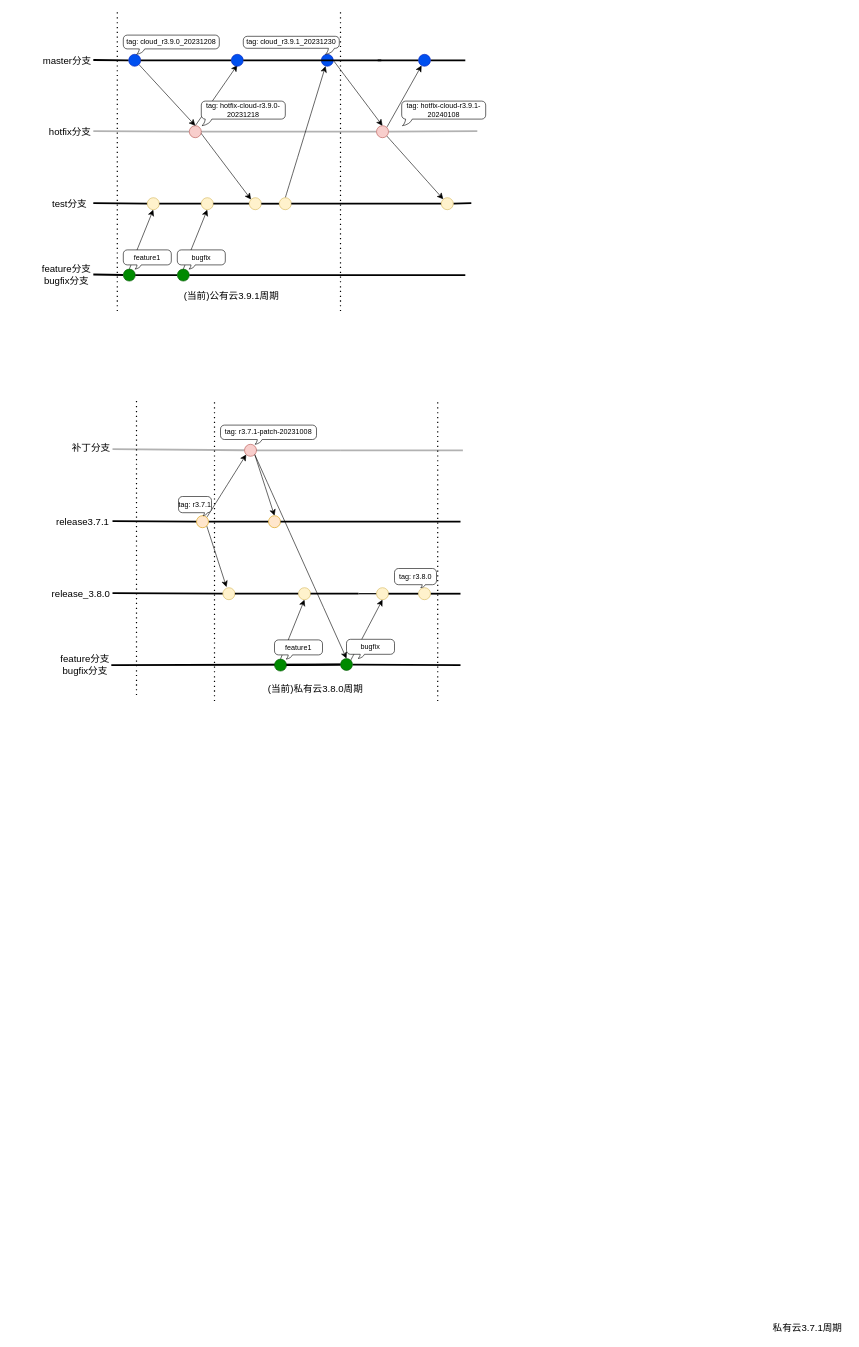
paochiang/draw keeps this draw.io diagram as 规范/公有云和智算中心分支流程.drawio. Above is the earlier version. Source tidied: cells renumbered, new cells numbered last; positions are measured from the earlier drawing's top-left corner, leaving out a move shared by most shapes. Both pictures are drawn from the tidied source at 60%, with x=0, y=0 at pixel (33, 11).
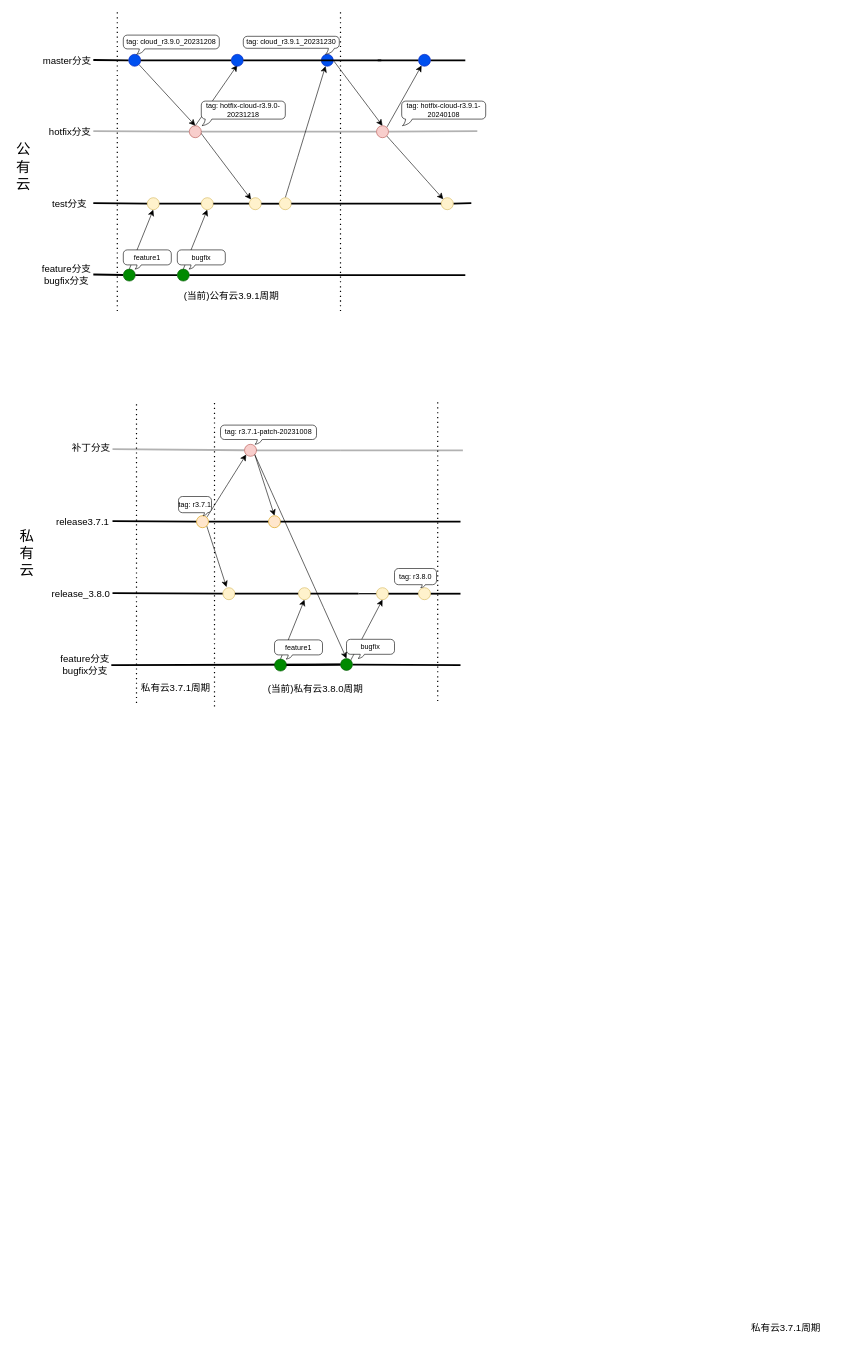
The same page after the edit.

Commit message (it also covers changes not shown here):
Update 规范/公有云和智算中心分支流程.drawio

Diff of the diagram source:
```diff
@@
     <mxCell id="58" style="endArrow=none;dashed=1;html=1;dashPattern=1 3;strokeWidth=2;rounded=0;fontSize=12;startSize=8;endSize=8;curved=1;" parent="1" edge="1">
       <mxGeometry relative="1" as="geometry">
-        <mxPoint x="302" y="1150" as="sourcePoint" />
+        <mxPoint x="302" y="1159" as="sourcePoint" />
         <mxPoint x="302" y="650" as="targetPoint" />
       </mxGeometry>
     </mxCell>
@@
     <mxCell id="83" value="私有云3.7.1周期" style="text;html=1;align=center;verticalAlign=middle;strokeColor=none;fillColor=none;fontSize=16;" parent="1" vertex="1">
-      <mxGeometry x="1220" y="2180" width="140" height="30" as="geometry" />
+      <mxGeometry x="1184" y="2180" width="140" height="30" as="geometry" />
     </mxCell>
@@
     <mxCell id="98" style="endArrow=none;dashed=1;html=1;dashPattern=1 3;strokeWidth=2;rounded=0;fontSize=12;startSize=8;endSize=8;curved=1;" parent="1" edge="1">
       <mxGeometry relative="1" as="geometry">
-        <mxPoint x="172" y="1140" as="sourcePoint" />
+        <mxPoint x="172" y="1153" as="sourcePoint" />
         <mxPoint x="172" y="650" as="targetPoint" />
       </mxGeometry>
     </mxCell>
+    <mxCell id="99" value="&lt;font style=&quot;font-size: 24px;&quot;&gt;公&lt;br&gt;有&lt;br&gt;云&lt;/font&gt;" style="text;html=1;align=center;verticalAlign=middle;strokeColor=none;fillColor=none;fontSize=16;" parent="1" vertex="1">
+      <mxGeometry x="-38" y="211" width="42" height="98" as="geometry" />
+    </mxCell>
+    <mxCell id="100" value="&lt;span style=&quot;font-size: 24px;&quot;&gt;私&lt;br&gt;有&lt;br&gt;云&lt;/span&gt;" style="text;html=1;align=center;verticalAlign=middle;strokeColor=none;fillColor=none;fontSize=16;" parent="1" vertex="1">
+      <mxGeometry x="-32" y="855" width="42" height="98" as="geometry" />
+    </mxCell>
+    <mxCell id="101" value="私有云3.7.1周期" style="text;html=1;align=center;verticalAlign=middle;strokeColor=none;fillColor=none;fontSize=16;" parent="1" vertex="1">
+      <mxGeometry x="170" y="1112" width="134" height="31" as="geometry" />
+    </mxCell>
```
